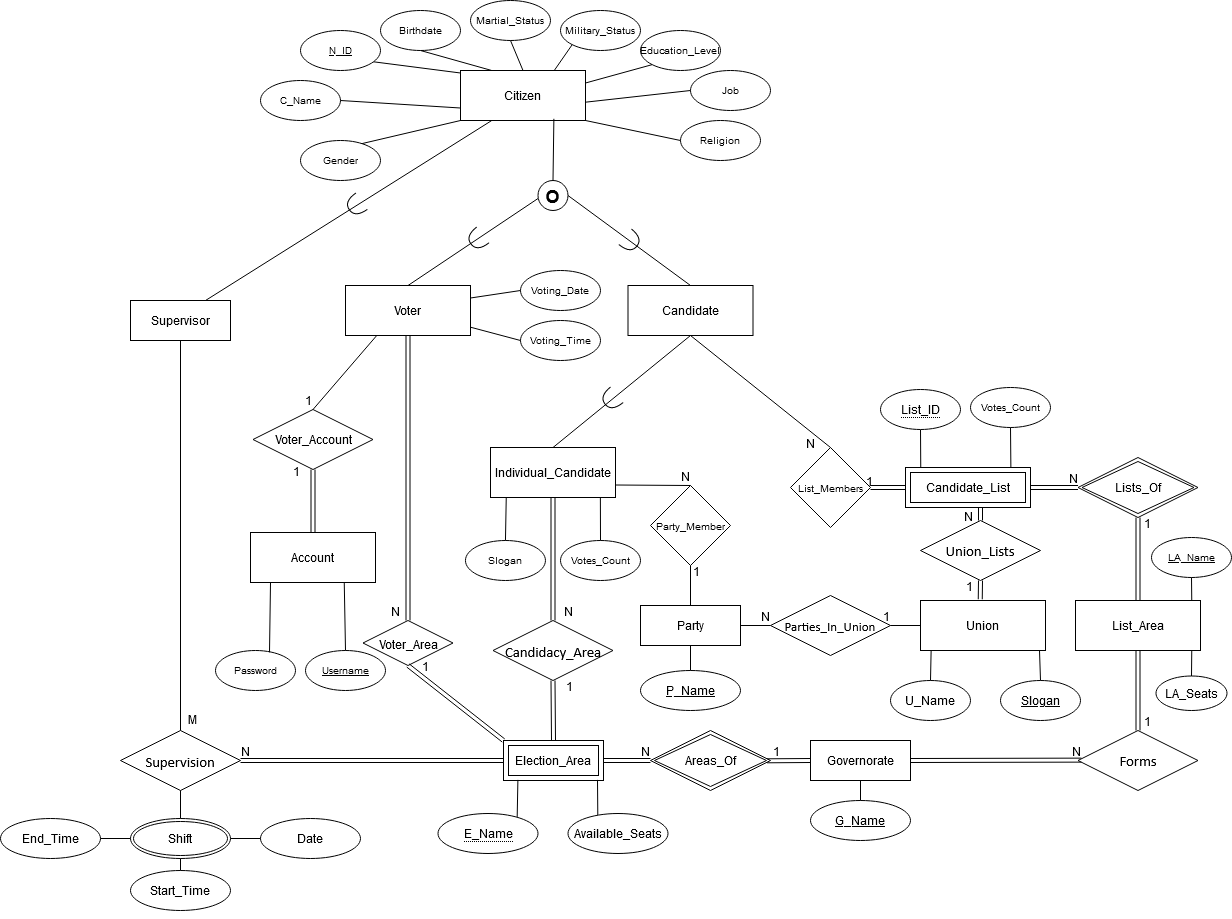
The draw.io diagram ERD.png in ziad-khobeiz/e-voting-system, before a commit. Source tidied: cells renumbered, new cells last; positions are measured from the earlier drawing's top-left corner, leaving out a move shared by most shapes.
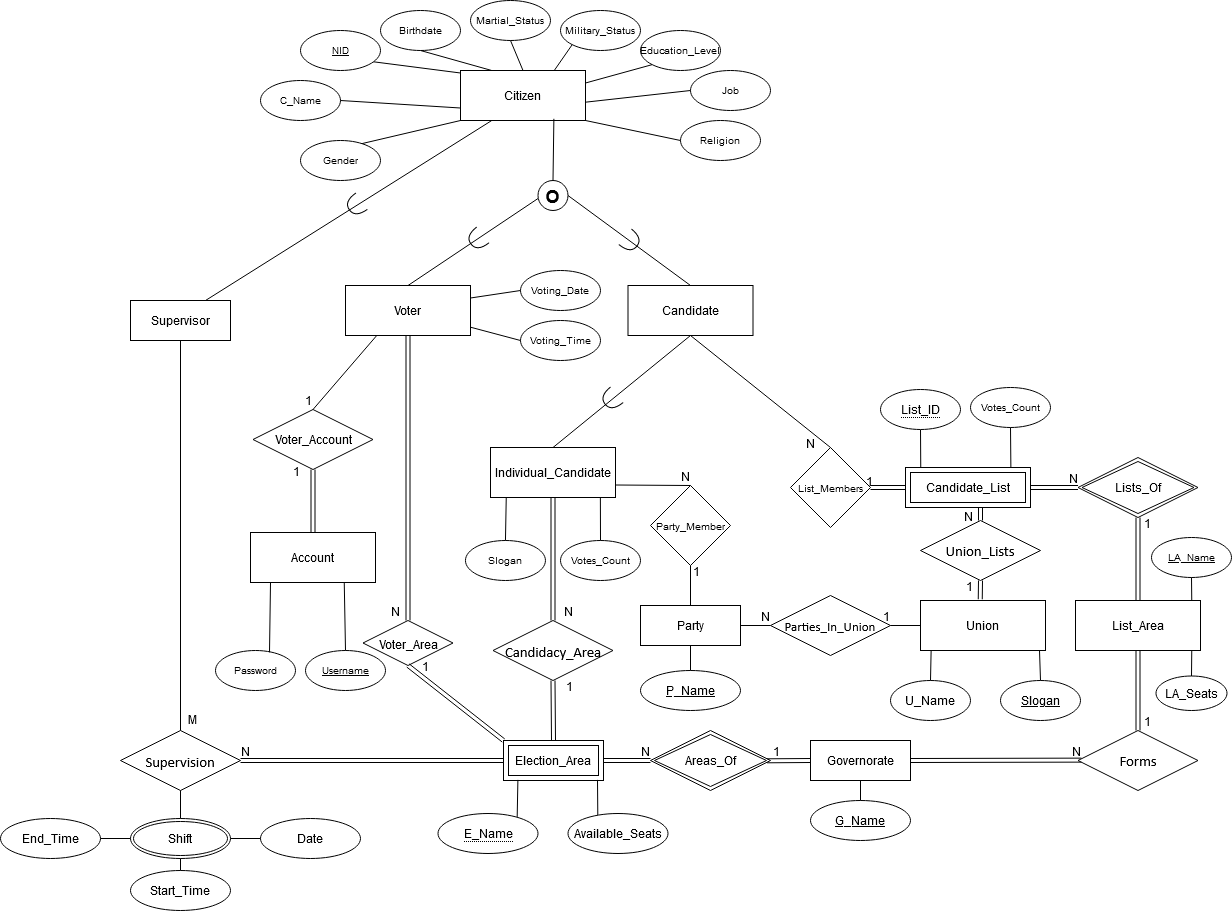
Later version of the same file.

What changed in the source:
```diff
@@ -17,7 +17,7 @@
     <mxCell id="5" style="endArrow=none;html=1;entryX=0.753;entryY=0.085;entryDx=0;entryDy=0;entryPerimeter=0;exitX=0;exitY=1;exitDx=0;exitDy=0;" parent="1" edge="1" source="65" target="7">
       <mxGeometry relative="1" as="geometry" />
     </mxCell>
-    <mxCell id="6" value="&lt;u style=&quot;font-size: 10px&quot;&gt;N_ID&lt;/u&gt;" style="ellipse;whiteSpace=wrap;html=1;fontSize=10;" parent="1" vertex="1">
+    <mxCell id="6" value="&lt;u style=&quot;font-size: 10px&quot;&gt;NID&lt;/u&gt;" style="ellipse;whiteSpace=wrap;html=1;fontSize=10;" parent="1" vertex="1">
       <mxGeometry x="300" y="30" width="80" height="40" as="geometry" />
     </mxCell>
     <mxCell id="7" value="Gender" style="ellipse;whiteSpace=wrap;html=1;fontSize=10;" parent="1" vertex="1">
```
